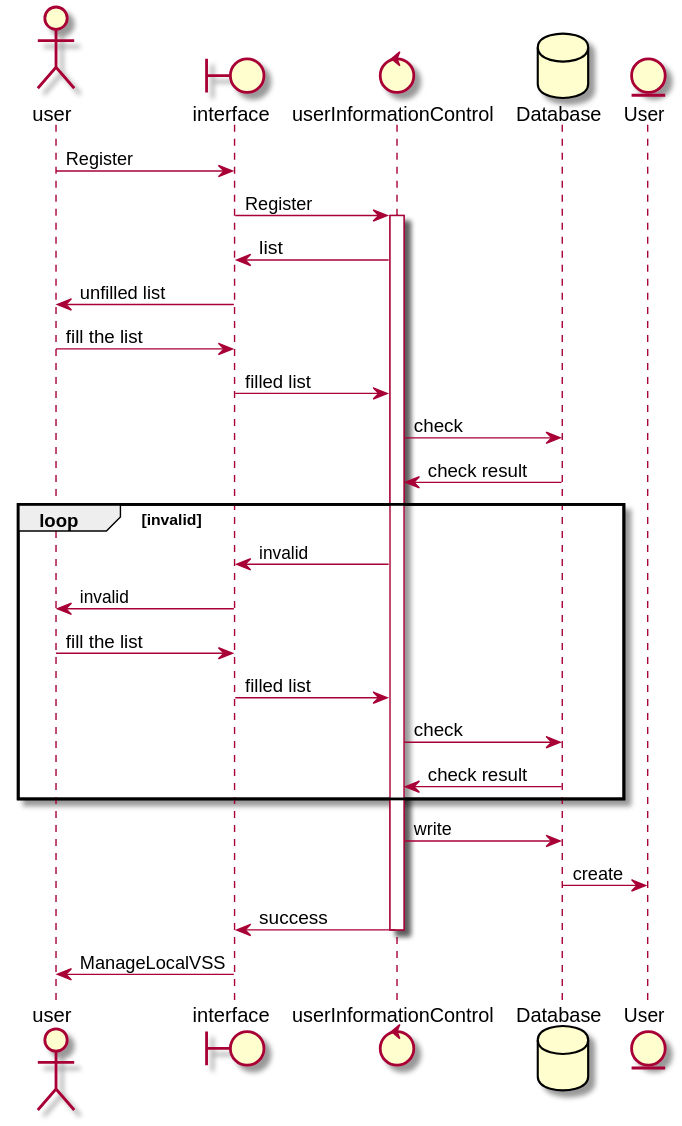
This is 需求定义和分析/SeqDiagram/register.svg from kpp19920121/doc, a PlantUML export, as it was before one commit.
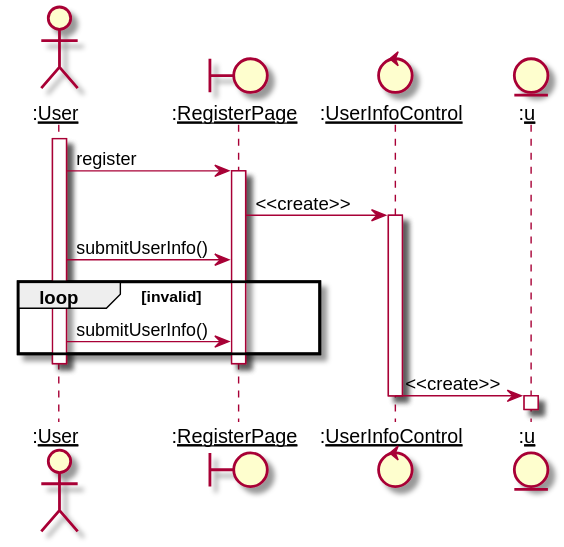
Later version of the same file.

The edit, as a diff of the source:
```diff
@@ -1,32 +1,22 @@
 @startuml
-actor user
-boundary interface
-control userInformationControl
-database Database
-entity User
+actor ":__User__" as User
+boundary ":__RegisterPage__" as RegisterPage
+control ":__UserInfoControl__" as UserInfoControl
+entity ":__u__" as User_Object
 
-user -> interface: Register
-interface -> userInformationControl: Register
-activate userInformationControl
-userInformationControl -> interface: list
-interface -> user: unfilled list
-user -> interface: fill the list
-interface -> userInformationControl: filled list
-userInformationControl -> Database: check
-Database -> userInformationControl: check result
-
+activate User
+User -> RegisterPage: register
+activate RegisterPage
+RegisterPage -> UserInfoControl: <<create>>
+activate UserInfoControl
+User -> RegisterPage: submitUserInfo()
 loop invalid
-    userInformationControl -> interface: invalid
-    interface -> user: invalid
-    user -> interface: fill the list
-    interface -> userInformationControl: filled list
-    userInformationControl -> Database: check
-    Database -> userInformationControl: check result
+    User -> RegisterPage: submitUserInfo()
 end
-
-userInformationControl -> Database: write
-Database -> User: create
-userInformationControl -> interface: success
-deactivate userInformationControl
-interface -> user: ManageLocalVSS
+deactivate User
+deactivate RegisterPage
+UserInfoControl -> User_Object: <<create>>
+deactivate UserInfoControl
+activate User_Object
+deactivate User_Object
 @enduml
```
